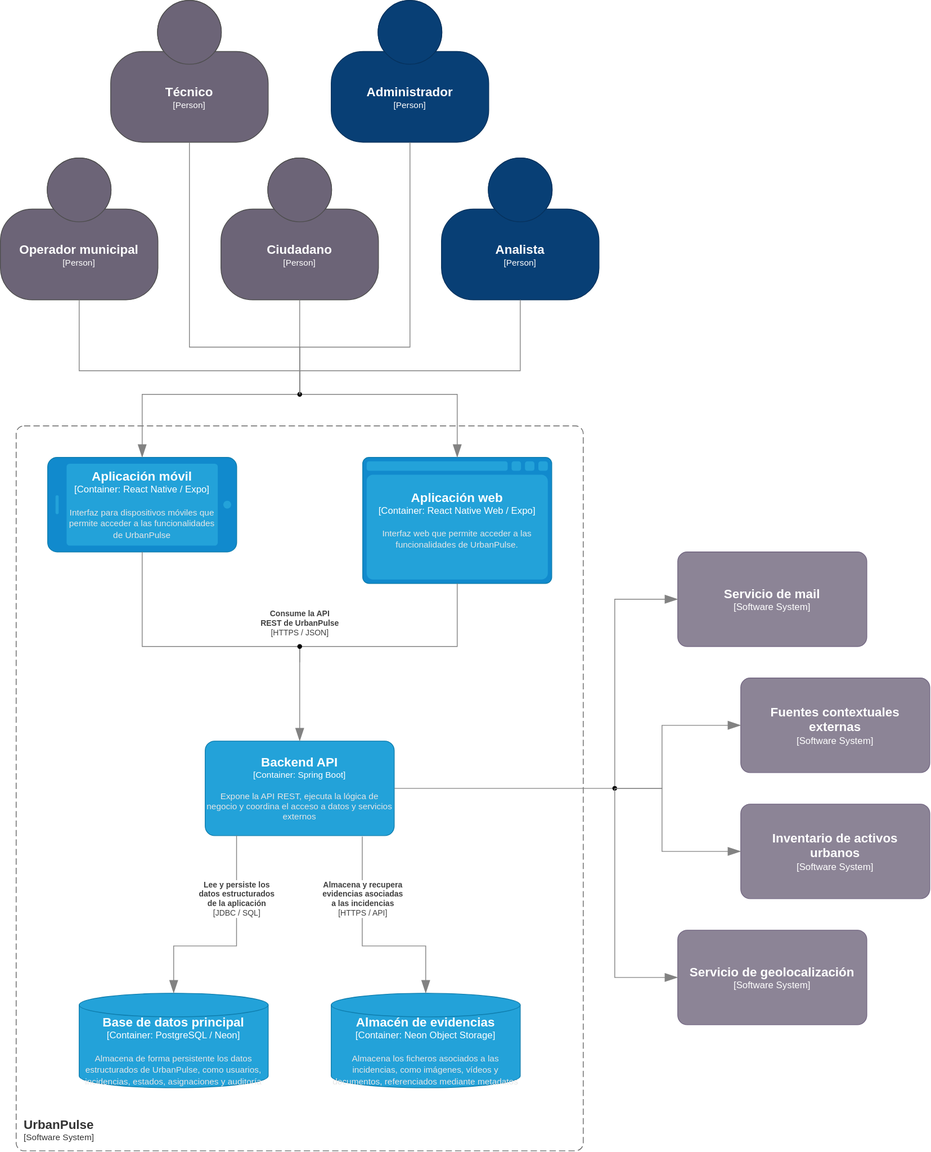
Before: docs/diagrams/c4-containers.svg, a diagram exported from draw.io (CeNtAuRoOo/urban-pulse-app). Source tidied: cells renumbered, new cells last; positions are measured from the earlier drawing's top-left corner, leaving out a move shared by most shapes.
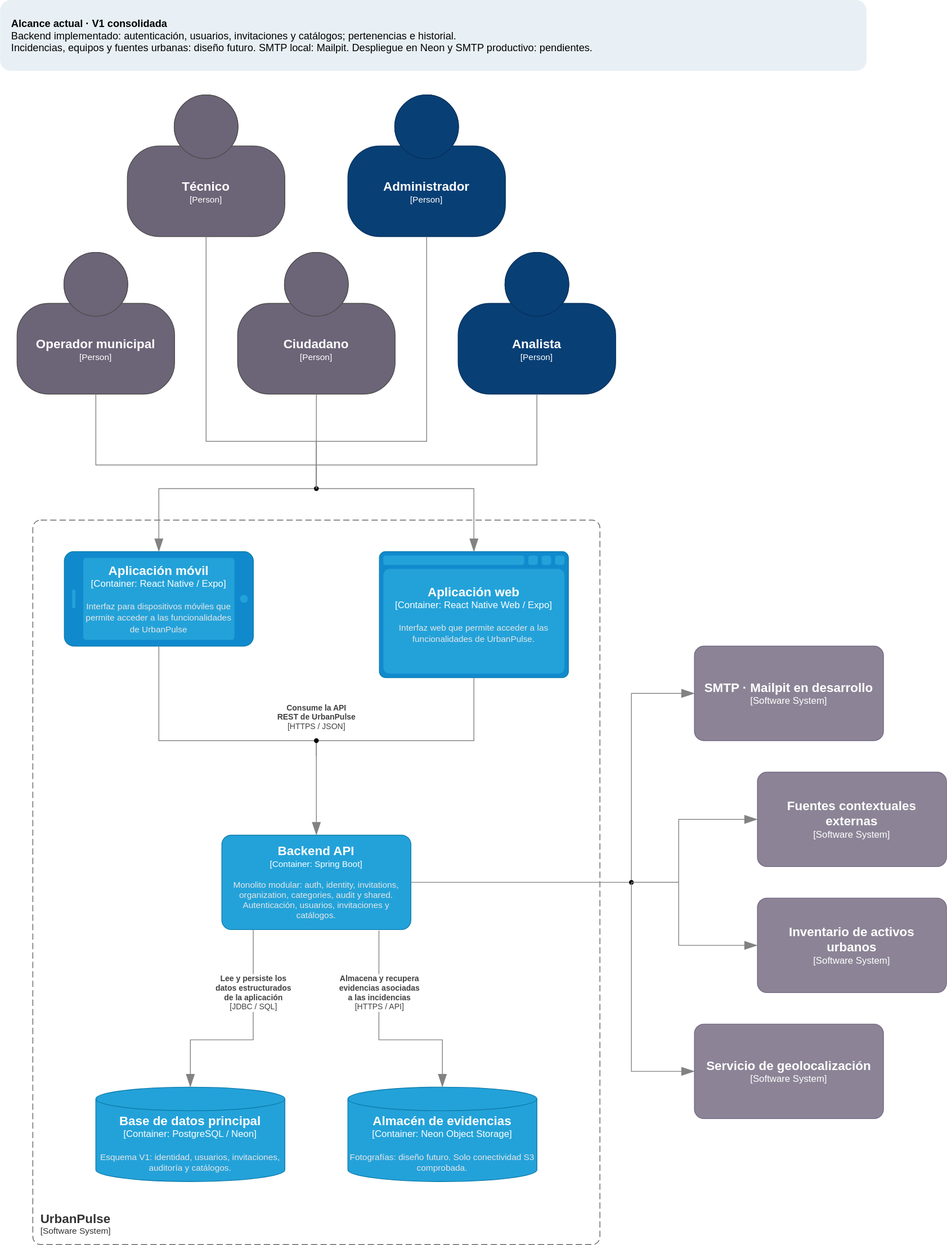
After the commit.

Change to the diagram source:
```diff
@@ -7,17 +7,17 @@
         <mxGeometry x="60" y="580" width="240" height="120" as="geometry" />
       </mxCell>
     </object>
-    <object id="3" label="&lt;font style=&quot;font-size: 16px&quot;&gt;&lt;b&gt;%c4Name%&lt;/b&gt;&lt;/font&gt;&lt;div&gt;[%c4Type%: %c4Technology%]&lt;/div&gt;&lt;br&gt;&lt;div&gt;&lt;font style=&quot;font-size: 11px&quot;&gt;&lt;font color=&quot;#E6E6E6&quot;&gt;%c4Description%&lt;/font&gt;&lt;/div&gt;" c4Description="Expone la API REST, ejecuta la lógica de negocio y coordina el acceso a datos y servicios externos" c4Name="Backend API" c4Technology="Spring Boot" c4Type="Container" placeholders="1">
+    <object id="3" label="&lt;font style=&quot;font-size: 16px&quot;&gt;&lt;b&gt;%c4Name%&lt;/b&gt;&lt;/font&gt;&lt;div&gt;[%c4Type%: %c4Technology%]&lt;/div&gt;&lt;br&gt;&lt;div&gt;&lt;font style=&quot;font-size: 11px&quot;&gt;&lt;font color=&quot;#E6E6E6&quot;&gt;%c4Description%&lt;/font&gt;&lt;/div&gt;" c4Description="Monolito modular: auth, identity, invitations, organization, categories, audit y shared. Autenticación, usuarios, invitaciones y catálogos." c4Name="Backend API" c4Technology="Spring Boot" c4Type="Container" placeholders="1">
       <mxCell style="rounded=1;whiteSpace=wrap;html=1;fontSize=11;labelBackgroundColor=none;fillColor=#23A2D9;fontColor=#ffffff;align=center;arcSize=10;strokeColor=#0E7DAD;points=[[0.25,0,0],[0.5,0,0],[0.75,0,0],[1,0.25,0],[1,0.5,0],[1,0.75,0],[0.75,1,0],[0.5,1,0],[0.25,1,0],[0,0.75,0],[0,0.5,0],[0,0.25,0]];" parent="1" vertex="1">
         <mxGeometry x="260" y="940" width="240" height="120" as="geometry" />
       </mxCell>
     </object>
-    <object id="4" label="&lt;font style=&quot;font-size: 16px&quot;&gt;&lt;b&gt;%c4Name%&lt;/b&gt;&lt;/font&gt;&lt;div&gt;[%c4Type%: %c4Technology%]&lt;/div&gt;&lt;br&gt;&lt;div&gt;&lt;font style=&quot;font-size: 11px&quot;&gt;&lt;font color=&quot;#E6E6E6&quot;&gt;%c4Description%&lt;/font&gt;&lt;/div&gt;" c4Description="Almacena de forma persistente los datos estructurados de UrbanPulse, como usuarios, incidencias, estados, asignaciones y auditoría" c4Name="Base de datos principal" c4Technology="PostgreSQL / Neon" c4Type="Container" placeholders="1">
+    <object id="4" label="&lt;font style=&quot;font-size: 16px&quot;&gt;&lt;b&gt;%c4Name%&lt;/b&gt;&lt;/font&gt;&lt;div&gt;[%c4Type%: %c4Technology%]&lt;/div&gt;&lt;br&gt;&lt;div&gt;&lt;font style=&quot;font-size: 11px&quot;&gt;&lt;font color=&quot;#E6E6E6&quot;&gt;%c4Description%&lt;/font&gt;&lt;/div&gt;" c4Description="Esquema V1: identidad, usuarios, invitaciones, auditoría y catálogos." c4Name="Base de datos principal" c4Technology="PostgreSQL / Neon" c4Type="Container" placeholders="1">
       <mxCell style="shape=cylinder3;size=15;whiteSpace=wrap;html=1;boundedLbl=1;rounded=0;labelBackgroundColor=none;fillColor=#23A2D9;fontSize=12;fontColor=#ffffff;align=center;strokeColor=#0E7DAD;points=[[0.5,0,0],[1,0.25,0],[1,0.5,0],[1,0.75,0],[0.5,1,0],[0,0.75,0],[0,0.5,0],[0,0.25,0]];" parent="1" vertex="1">
         <mxGeometry x="100" y="1260" width="240" height="120" as="geometry" />
       </mxCell>
     </object>
-    <object id="5" label="&lt;font style=&quot;font-size: 16px&quot;&gt;&lt;b&gt;%c4Name%&lt;/b&gt;&lt;/font&gt;&lt;div&gt;[%c4Type%: %c4Technology%]&lt;/div&gt;&lt;br&gt;&lt;div&gt;&lt;font style=&quot;font-size: 11px&quot;&gt;&lt;font color=&quot;#E6E6E6&quot;&gt;%c4Description%&lt;/font&gt;&lt;/div&gt;" c4Description="Almacena los ficheros asociados a las incidencias, como imágenes, vídeos y documentos, referenciados mediante metadatos" c4Name="Almacén de evidencias" c4Technology="Neon Object Storage" c4Type="Container" placeholders="1">
+    <object id="5" label="&lt;font style=&quot;font-size: 16px&quot;&gt;&lt;b&gt;%c4Name%&lt;/b&gt;&lt;/font&gt;&lt;div&gt;[%c4Type%: %c4Technology%]&lt;/div&gt;&lt;br&gt;&lt;div&gt;&lt;font style=&quot;font-size: 11px&quot;&gt;&lt;font color=&quot;#E6E6E6&quot;&gt;%c4Description%&lt;/font&gt;&lt;/div&gt;" c4Description="Fotografías: diseño futuro. Solo conectividad S3 comprobada." c4Name="Almacén de evidencias" c4Technology="Neon Object Storage" c4Type="Container" placeholders="1">
       <mxCell style="shape=cylinder3;size=15;whiteSpace=wrap;html=1;boundedLbl=1;rounded=0;labelBackgroundColor=none;fillColor=#23A2D9;fontSize=12;fontColor=#ffffff;align=center;strokeColor=#0E7DAD;points=[[0.5,0,0],[1,0.25,0],[1,0.5,0],[1,0.75,0],[0.5,1,0],[0,0.75,0],[0,0.5,0],[0,0.25,0]];" parent="1" vertex="1">
         <mxGeometry x="420" y="1260" width="240" height="120" as="geometry" />
       </mxCell>
@@ -94,11 +94,6 @@
         <mxGeometry x="940" y="860" width="240" height="120" as="geometry" />
       </mxCell>
     </object>
-    <object id="17" label="&lt;font style=&quot;font-size: 16px&quot;&gt;&lt;b&gt;%c4Name%&lt;/b&gt;&lt;/font&gt;&lt;div&gt;[%c4Type%]&lt;/div&gt;" c4Name="Servicio de mail" c4Type="Software System" placeholders="1">
-      <mxCell style="rounded=1;whiteSpace=wrap;html=1;labelBackgroundColor=none;fillColor=#8C8496;fontColor=#ffffff;align=center;arcSize=10;strokeColor=#736782;points=[[0.25,0,0],[0.5,0,0],[0.75,0,0],[1,0.25,0],[1,0.5,0],[1,0.75,0],[0.75,1,0],[0.5,1,0],[0.25,1,0],[0,0.75,0],[0,0.5,0],[0,0.25,0]];" parent="1" vertex="1">
-        <mxGeometry x="860" y="700" width="240" height="120" as="geometry" />
-      </mxCell>
-    </object>
     <object id="18" label="&lt;font style=&quot;font-size: 16px&quot;&gt;&lt;b&gt;%c4Name%&lt;/b&gt;&lt;/font&gt;&lt;div&gt;[%c4Type%]&lt;/div&gt;" c4Name="Ciudadano" c4Type="Person" placeholders="1">
       <mxCell style="html=1;fontSize=11;dashed=0;whiteSpace=wrap;fillColor=#6C6477;strokeColor=#4D4D4D;fontColor=#ffffff;shape=mxgraph.c4.person2;align=center;points=[[0.5,0,0],[1,0.5,0],[1,0.75,0],[0.75,1,0],[0.5,1,0],[0.25,1,0],[0,0.75,0],[0,0.5,0]];" parent="1" vertex="1">
         <mxGeometry x="280" y="200" width="200" height="180" as="geometry" />
@@ -234,5 +229,13 @@
         </mxGeometry>
       </mxCell>
     </object>
+    <object id="17" label="&lt;font style=&quot;font-size: 16px&quot;&gt;&lt;b&gt;%c4Name%&lt;/b&gt;&lt;/font&gt;&lt;div&gt;[%c4Type%]&lt;/div&gt;" c4Name="SMTP · Mailpit en desarrollo" c4Type="Software System" placeholders="1">
+      <mxCell style="rounded=1;whiteSpace=wrap;html=1;labelBackgroundColor=none;fillColor=#8C8496;fontColor=#ffffff;align=center;arcSize=10;strokeColor=#736782;points=[[0.25,0,0],[0.5,0,0],[0.75,0,0],[1,0.25,0],[1,0.5,0],[1,0.75,0],[0.75,1,0],[0.5,1,0],[0.25,1,0],[0,0.75,0],[0,0.5,0],[0,0.25,0]];" parent="1" vertex="1">
+        <mxGeometry x="860" y="700" width="240" height="120" as="geometry" />
+      </mxCell>
+    </object>
+    <mxCell id="37" value="&lt;b&gt;Alcance actual · V1 consolidada&lt;/b&gt;&lt;br&gt;Backend implementado: autenticación, usuarios, invitaciones y catálogos; pertenencias e historial.&lt;br&gt;Incidencias, equipos y fuentes urbanas: diseño futuro. SMTP local: Mailpit. Despliegue en Neon y SMTP productivo: pendientes." style="rounded=1;whiteSpace=wrap;html=1;align=left;verticalAlign=middle;spacing=14;fillColor=#e8f0f5;strokeColor=none;fontSize=13;" parent="1" vertex="1">
+      <mxGeometry x="-21" y="-120" width="1100" height="90" as="geometry" />
+    </mxCell>
   </root>
 </mxGraphModel>
```
